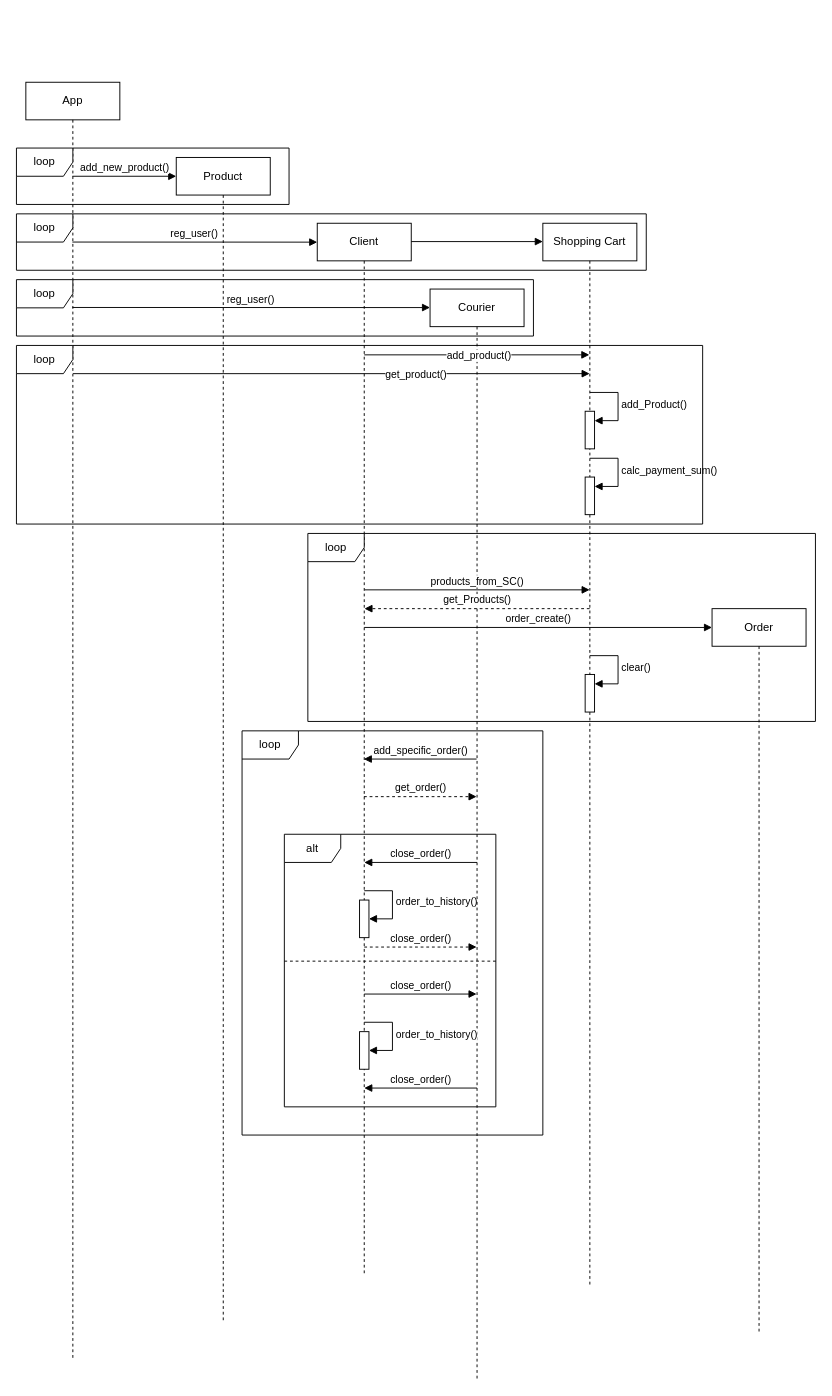
MstislavRomanovski/ProgramIngeneering keeps this draw.io diagram as actions_sequnce_delivery_service.drawio. Above is the earlier version. Source tidied: cells renumbered, new cells numbered last; positions are measured from the earlier drawing's top-left corner, leaving out a move shared by most shapes. Both pictures are drawn from the tidied source at 94%, with x=0, y=0 at pixel (16, 82).
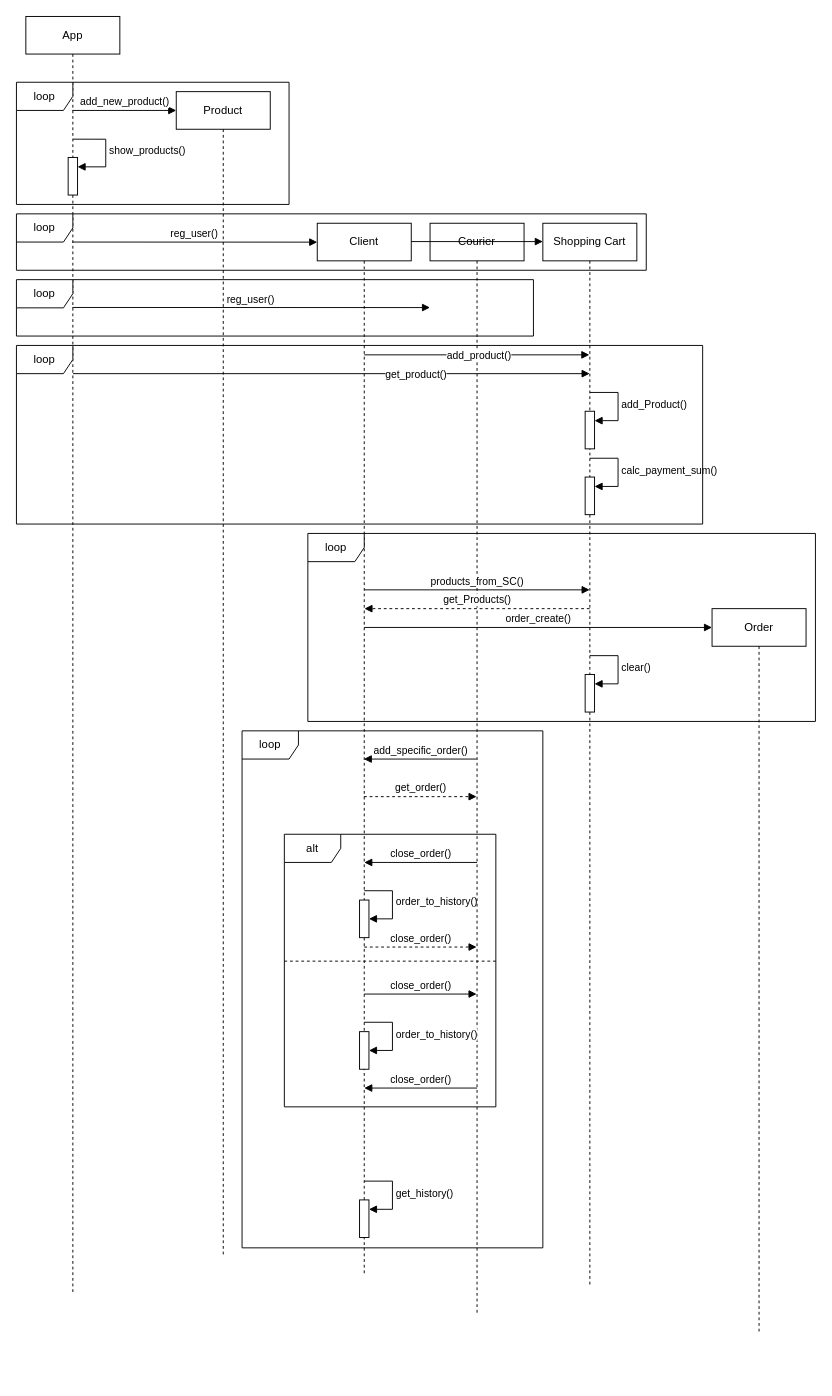
After the change.

The change refers to these unchanged cells:
```xml
<mxCell id="4" value="Client" style="shape=umlLifeline;perimeter=lifelinePerimeter;whiteSpace=wrap;html=1;outlineConnect=0;portConstraint=eastwest;newEdgeStyle={&quot;curved&quot;:0,&quot;rounded&quot;:0};" parent="1" vertex="1">
  <mxGeometry x="320" y="150" width="100" height="1120" as="geometry" />
</mxCell>
```

What changed in the source:
```diff
@@
     <mxCell id="2" value="App" style="shape=umlLifeline;perimeter=lifelinePerimeter;whiteSpace=wrap;html=1;outlineConnect=0;portConstraint=eastwest;newEdgeStyle={&quot;curved&quot;:0,&quot;rounded&quot;:0};" parent="1" vertex="1">
-      <mxGeometry x="10" width="100" height="1360" as="geometry" />
+      <mxGeometry x="10" y="-70" width="100" height="1360" as="geometry" />
     </mxCell>
+    <mxCell id="43" style="html=1;points=[[0,0,0,0,5],[0,1,0,0,-5],[1,0,0,0,5],[1,1,0,0,-5]];perimeter=orthogonalPerimeter;outlineConnect=0;targetShapes=umlLifeline;portConstraint=eastwest;newEdgeStyle={&quot;curved&quot;:0,&quot;rounded&quot;:0};" parent="2" vertex="1">
+      <mxGeometry x="45" y="150" width="10" height="40" as="geometry" />
+    </mxCell>
+    <mxCell id="44" value="show_products()" style="html=1;align=left;spacingLeft=2;endArrow=block;rounded=0;edgeStyle=orthogonalEdgeStyle;curved=0;rounded=0;entryX=1;entryY=0.25;entryDx=0;entryDy=0;entryPerimeter=0;exitX=0.501;exitY=0.096;exitDx=0;exitDy=0;exitPerimeter=0;" parent="2" edge="1" source="2" target="43">
+      <mxGeometry relative="1" as="geometry">
+        <Array as="points">
+          <mxPoint x="85" y="131" />
+          <mxPoint x="85" y="160" />
+        </Array>
+      </mxGeometry>
+    </mxCell>
     <mxCell id="3" value="Product" style="shape=umlLifeline;perimeter=lifelinePerimeter;whiteSpace=wrap;html=1;newEdgeStyle={&quot;curved&quot;:0,&quot;rounded&quot;:0};" parent="1" vertex="1">
-      <mxGeometry x="170" y="80" width="100" height="1240" as="geometry" />
+      <mxGeometry x="170" y="10" width="100" height="1240" as="geometry" />
     </mxCell>
@@
+    <mxCell id="45" value="get_history()" style="html=1;align=left;spacingLeft=2;endArrow=block;rounded=0;edgeStyle=orthogonalEdgeStyle;curved=0;rounded=0;" parent="4" edge="1">
+      <mxGeometry relative="1" as="geometry">
+        <mxPoint x="50" y="1019" as="sourcePoint" />
+        <mxPoint x="55" y="1049" as="targetPoint" />
+        <Array as="points">
+          <mxPoint x="80" y="1049" />
+        </Array>
+      </mxGeometry>
+    </mxCell>
+    <mxCell id="46" style="html=1;perimeter=orthogonalPerimeter;targetShapes=umlLifeline;newEdgeStyle={&quot;curved&quot;:0,&quot;rounded&quot;:0};" parent="4" vertex="1">
+      <mxGeometry x="45" y="1039" width="10" height="40" as="geometry" />
+    </mxCell>
     <mxCell id="8" value="Courier" style="shape=umlLifeline;perimeter=lifelinePerimeter;whiteSpace=wrap;html=1;newEdgeStyle={&quot;curved&quot;:0,&quot;rounded&quot;:0};" parent="1" vertex="1">
-      <mxGeometry x="440" y="220" width="100" height="1160" as="geometry" />
+      <mxGeometry x="440" y="150" width="100" height="1160" as="geometry" />
     </mxCell>
@@
     <mxCell id="16" value="add_new_product()" style="html=1;verticalAlign=bottom;endArrow=block;curved=0;rounded=0;" parent="1" edge="1">
       <mxGeometry relative="1" as="geometry">
-        <mxPoint x="59.5" y="100" as="sourcePoint" />
-        <mxPoint x="170" y="100" as="targetPoint" />
+        <mxPoint x="59.5" y="30" as="sourcePoint" />
+        <mxPoint x="170" y="30" as="targetPoint" />
       </mxGeometry>
     </mxCell>
@@
     <mxCell id="20" value="loop" style="shape=umlFrame;whiteSpace=wrap;html=1;" parent="1" vertex="1">
-      <mxGeometry y="70" width="290" height="60" as="geometry" />
+      <mxGeometry width="290" height="130" as="geometry" />
     </mxCell>
@@
     <mxCell id="35" value="loop" style="shape=umlFrame;whiteSpace=wrap;html=1;" parent="1" vertex="1">
-      <mxGeometry x="240" y="690" width="320" height="430" as="geometry" />
+      <mxGeometry x="240" y="690" width="320" height="550" as="geometry" />
     </mxCell>
```
